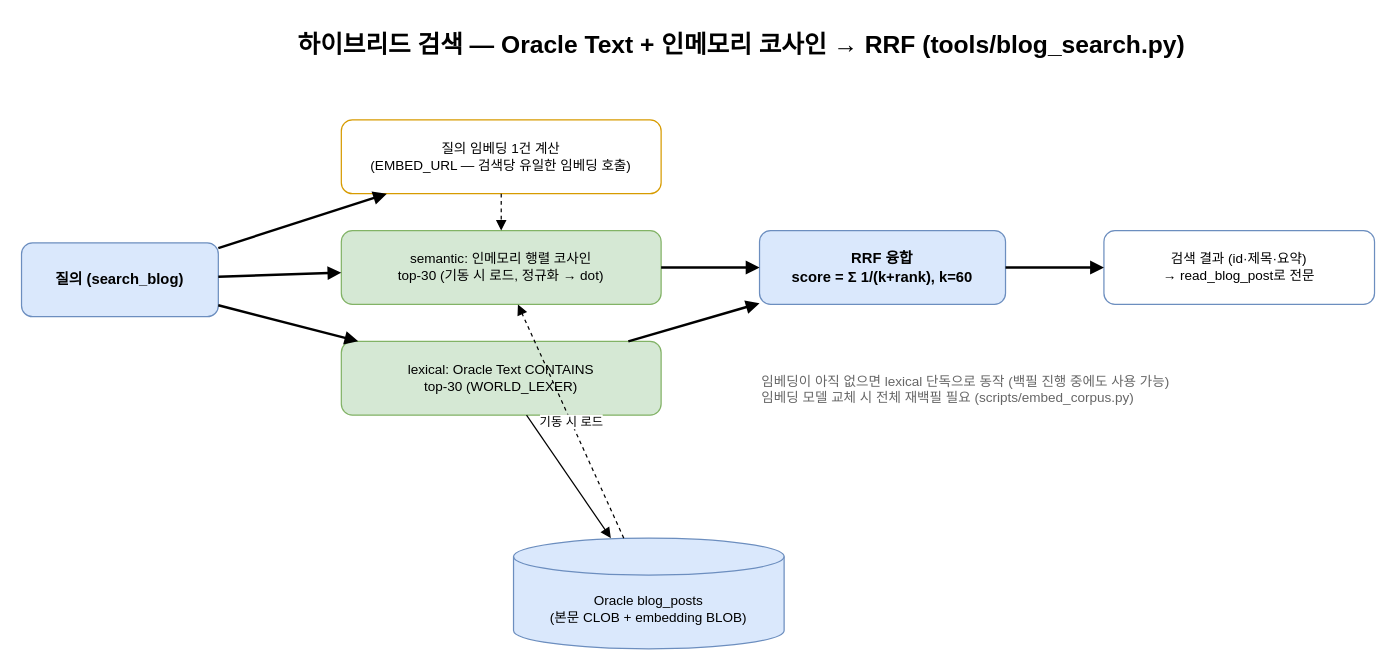
The draw.io diagram page "3 하이브리드 검색 (corpus_search.py)" (3 of 8) of docs/component-architecture.drawio in catinbox276/graph-search-chat, before the edit. Source tidied: cells renumbered, new cells numbered last; positions are measured from the earlier drawing's top-left corner, leaving out a move shared by most shapes. Both pictures are drawn from the tidied source at 123%, with x=0, y=0 at pixel (21, 21).
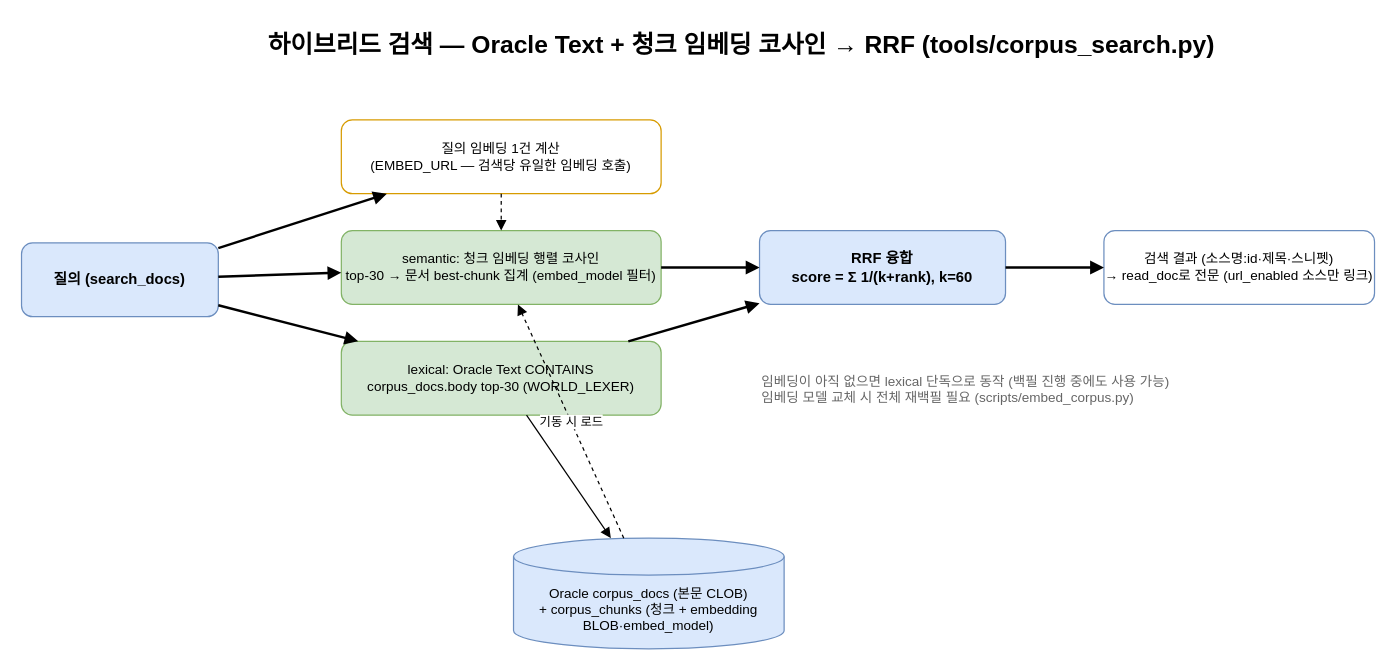
Above is the later version.

The edit, as a diff of the source:
```diff
@@
 <mxGraphModel>
   <root>
     <mxCell id="0" />
     <mxCell id="1" parent="0" />
-    <mxCell id="2" value="하이브리드 검색 — Oracle Text + 인메모리 코사인 → RRF (tools/blog_search.py)" style="text;html=1;fontSize=20;fontStyle=1;align=center;" parent="1" vertex="1">
+    <mxCell id="2" value="하이브리드 검색 — Oracle Text + 청크 임베딩 코사인 → RRF (tools/corpus_search.py)" style="text;html=1;fontSize=20;fontStyle=1;align=center;" parent="1" vertex="1">
       <mxGeometry x="185" width="800" height="30" as="geometry" />
     </mxCell>
-    <mxCell id="3" value="질의 (search_blog)" style="rounded=1;whiteSpace=wrap;html=1;fillColor=#dae8fc;strokeColor=#6c8ebf;fontSize=12;fontStyle=1;" parent="1" vertex="1">
+    <mxCell id="3" value="질의 (search_docs)" style="rounded=1;whiteSpace=wrap;html=1;fillColor=#dae8fc;strokeColor=#6c8ebf;fontSize=12;fontStyle=1;" parent="1" vertex="1">
       <mxGeometry y="180" width="160" height="60" as="geometry" />
     </mxCell>
     <mxCell id="4" value="질의 임베딩 1건 계산&#10;(EMBED_URL — 검색당 유일한 임베딩 호출)" style="rounded=1;whiteSpace=wrap;html=1;fillColor=#ffffff;strokeColor=#d79b00;fontSize=11;" parent="1" vertex="1">
       <mxGeometry x="260" y="80" width="260" height="60" as="geometry" />
     </mxCell>
-    <mxCell id="5" value="lexical: Oracle Text CONTAINS&#10;top-30 (WORLD_LEXER)" style="rounded=1;whiteSpace=wrap;html=1;fillColor=#d5e8d4;strokeColor=#82b366;fontSize=11;" parent="1" vertex="1">
+    <mxCell id="5" value="lexical: Oracle Text CONTAINS&#10;corpus_docs.body top-30 (WORLD_LEXER)" style="rounded=1;whiteSpace=wrap;html=1;fillColor=#d5e8d4;strokeColor=#82b366;fontSize=11;" parent="1" vertex="1">
       <mxGeometry x="260" y="260" width="260" height="60" as="geometry" />
     </mxCell>
-    <mxCell id="6" value="semantic: 인메모리 행렬 코사인&lt;br&gt;top-30 (기동 시 로드, 정규화 → dot)" style="rounded=1;whiteSpace=wrap;html=1;fillColor=#d5e8d4;strokeColor=#82b366;fontSize=11;" parent="1" vertex="1">
+    <mxCell id="6" value="semantic: 청크 임베딩 행렬 코사인&lt;br&gt;top-30 → 문서 best-chunk 집계 (embed_model 필터)" style="rounded=1;whiteSpace=wrap;html=1;fillColor=#d5e8d4;strokeColor=#82b366;fontSize=11;" parent="1" vertex="1">
       <mxGeometry x="260" y="170" width="260" height="60" as="geometry" />
     </mxCell>
     <mxCell id="7" value="RRF 융합&#10;score = Σ 1/(k+rank), k=60" style="rounded=1;whiteSpace=wrap;html=1;fillColor=#dae8fc;strokeColor=#6c8ebf;fontSize=12;fontStyle=1;" parent="1" vertex="1">
       <mxGeometry x="600" y="170" width="200" height="60" as="geometry" />
     </mxCell>
-    <mxCell id="8" value="검색 결과 (id·제목·요약)&#10;→ read_blog_post로 전문" style="rounded=1;whiteSpace=wrap;html=1;fillColor=#ffffff;strokeColor=#6c8ebf;fontSize=11;" parent="1" vertex="1">
+    <mxCell id="8" value="검색 결과 (소스명:id·제목·스니펫)&#10;→ read_doc로 전문 (url_enabled 소스만 링크)" style="rounded=1;whiteSpace=wrap;html=1;fillColor=#ffffff;strokeColor=#6c8ebf;fontSize=11;" parent="1" vertex="1">
       <mxGeometry x="880" y="170" width="220" height="60" as="geometry" />
     </mxCell>
-    <mxCell id="9" value="Oracle blog_posts&#10;(본문 CLOB + embedding BLOB)" style="shape=cylinder3;whiteSpace=wrap;html=1;boundedLbl=1;backgroundOutline=1;size=15;fillColor=#dae8fc;strokeColor=#6c8ebf;fontSize=11;" parent="1" vertex="1">
+    <mxCell id="9" value="Oracle corpus_docs (본문 CLOB)&#10;+ corpus_chunks (청크 + embedding BLOB·embed_model)" style="shape=cylinder3;whiteSpace=wrap;html=1;boundedLbl=1;backgroundOutline=1;size=15;fillColor=#dae8fc;strokeColor=#6c8ebf;fontSize=11;" parent="1" vertex="1">
       <mxGeometry x="400" y="420" width="220" height="90" as="geometry" />
     </mxCell>
     <mxCell id="10" value="임베딩이 아직 없으면 lexical 단독으로 동작 (백필 진행 중에도 사용 가능)&#10;임베딩 모델 교체 시 전체 재백필 필요 (scripts/embed_corpus.py)" style="text;html=1;fontSize=11;align=left;fontColor=#666666;" parent="1" vertex="1">
       <mxGeometry x="600" y="280" width="500" height="40" as="geometry" />
     </mxCell>
     <mxCell id="11" style="endArrow=block;html=1;strokeWidth=2;" parent="1" edge="1" source="3" target="4">
       <mxGeometry relative="1" as="geometry" />
     </mxCell>
     <mxCell id="12" style="endArrow=block;html=1;strokeWidth=2;" parent="1" edge="1" source="3" target="6">
       <mxGeometry relative="1" as="geometry" />
     </mxCell>
     <mxCell id="13" style="endArrow=block;html=1;strokeWidth=2;" parent="1" edge="1" source="3" target="5">
       <mxGeometry relative="1" as="geometry" />
     </mxCell>
     <mxCell id="14" style="endArrow=block;html=1;strokeWidth=1;dashed=1;" parent="1" edge="1" source="4" target="6">
       <mxGeometry relative="1" as="geometry" />
     </mxCell>
     <mxCell id="15" style="endArrow=block;html=1;strokeWidth=2;" parent="1" edge="1" source="6" target="7">
       <mxGeometry relative="1" as="geometry" />
     </mxCell>
     <mxCell id="16" style="endArrow=block;html=1;strokeWidth=2;" parent="1" edge="1" source="5" target="7">
       <mxGeometry relative="1" as="geometry" />
     </mxCell>
     <mxCell id="17" style="endArrow=block;html=1;strokeWidth=2;" parent="1" edge="1" source="7" target="8">
       <mxGeometry relative="1" as="geometry" />
     </mxCell>
     <mxCell id="18" style="endArrow=block;html=1;strokeWidth=1;" parent="1" edge="1" source="5" target="9">
       <mxGeometry relative="1" as="geometry" />
     </mxCell>
     <mxCell id="19" value="기동 시 로드" style="endArrow=block;html=1;strokeWidth=1;dashed=1;fontSize=10;" parent="1" edge="1" source="9" target="6">
       <mxGeometry relative="1" as="geometry" />
     </mxCell>
   </root>
 </mxGraphModel>
```
